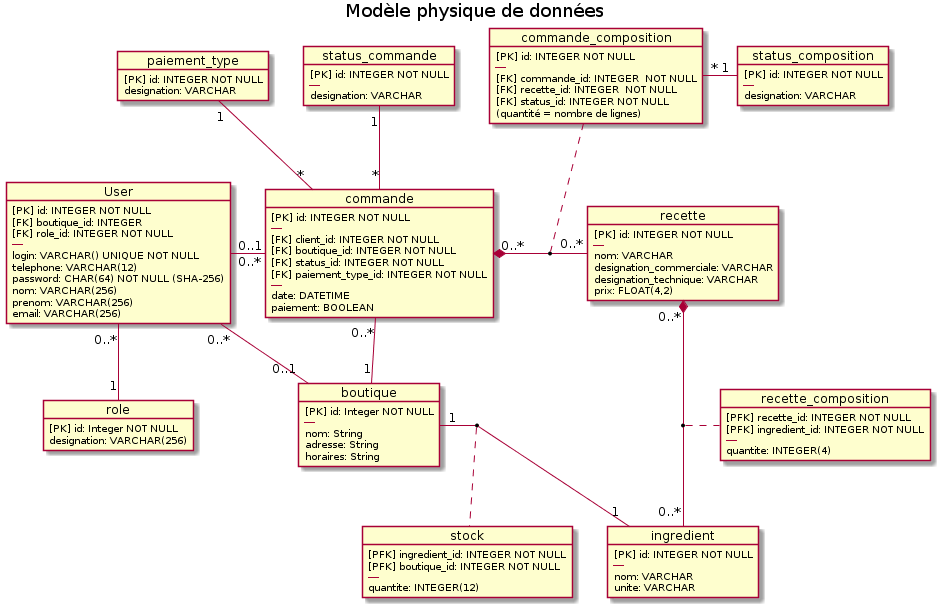
Before: doc/img/07_MPD.png, a diagram exported from PlantUML (Zepmanbc/oc_dapython_pr6).
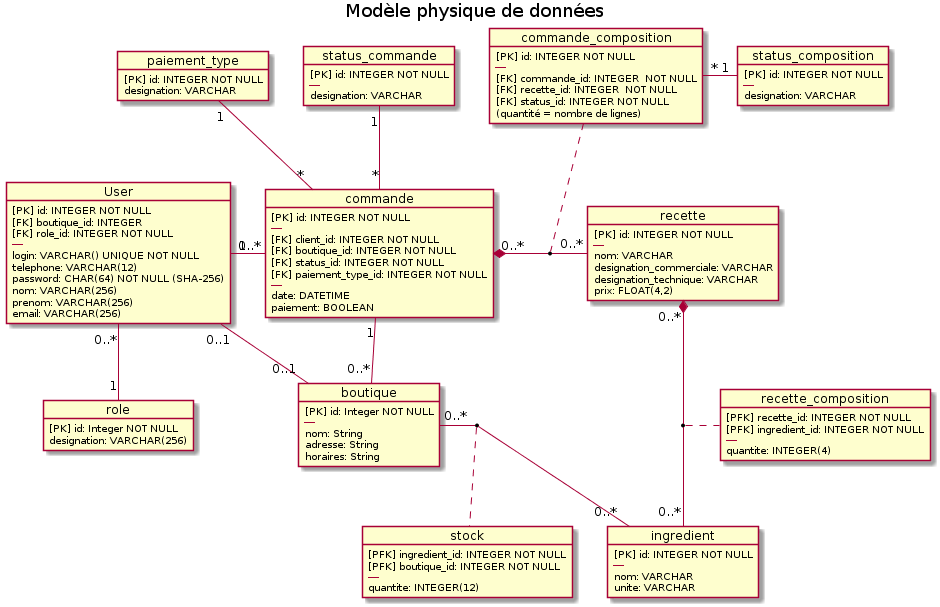
The same diagram one commit later.

What changed in the source:
```diff
@@ -102,11 +102,11 @@
 recette "0..*" *-- "0..*" ingredient
 (recette, ingredient) . recette_composition
 
-User "0..1" - "0..*" commande
-User "0..*" - "0..1" boutique
-commande "0..*" -- "1" boutique
+User "1" - "0..*" commande
+User "0..1" - "0..1" boutique
+commande "1" -- "0..*" boutique
 
-boutique "1" - "1" ingredient
+boutique "0..*" - "0..*" ingredient
 (ingredient, boutique) . stock
 
 status_commande "1" -- "*" commande
```
